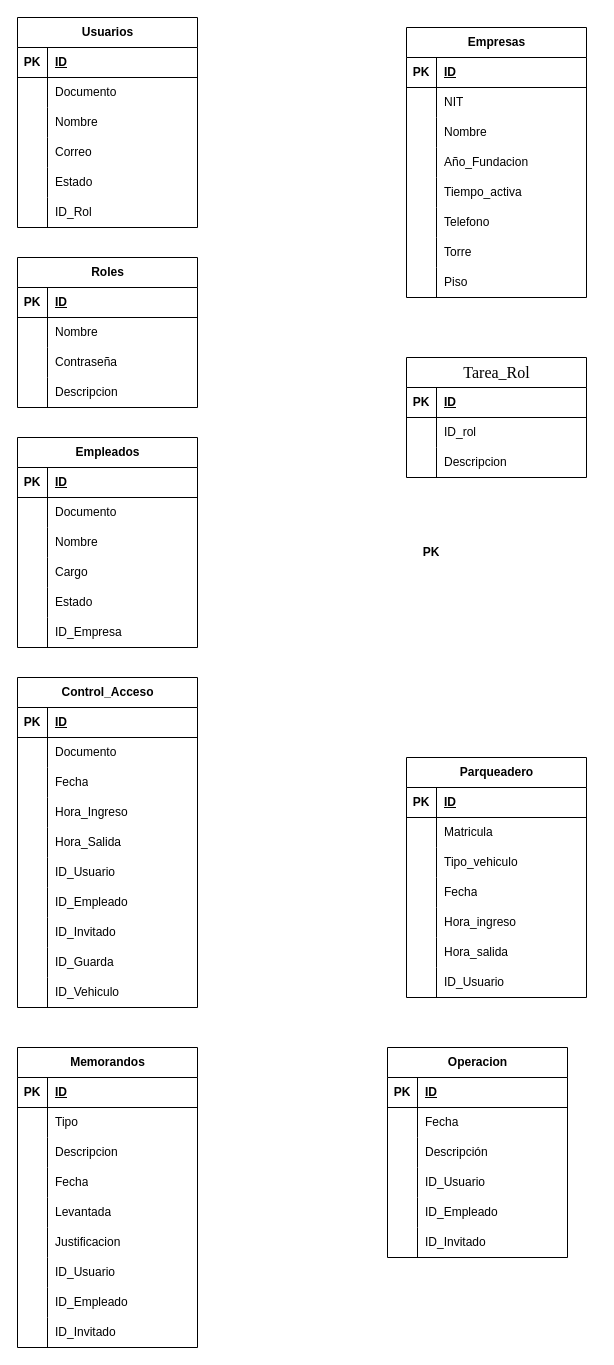
MichelAdrianTorradoRoa/SISTEMA_DE_CONTROL_DE_ACCESO_PARA_EL_COMPLEJO_EMPRESARIAL_ZONA_ACME keeps this draw.io diagram as Diagrama de clases ACME.drawio. Above is the earlier version. Source tidied: cells renumbered, new cells numbered last; positions are measured from the earlier drawing's top-left corner, leaving out a move shared by most shapes. Both pictures are drawn from the tidied source at 100%, with x=0, y=0 at pixel (17, 17).
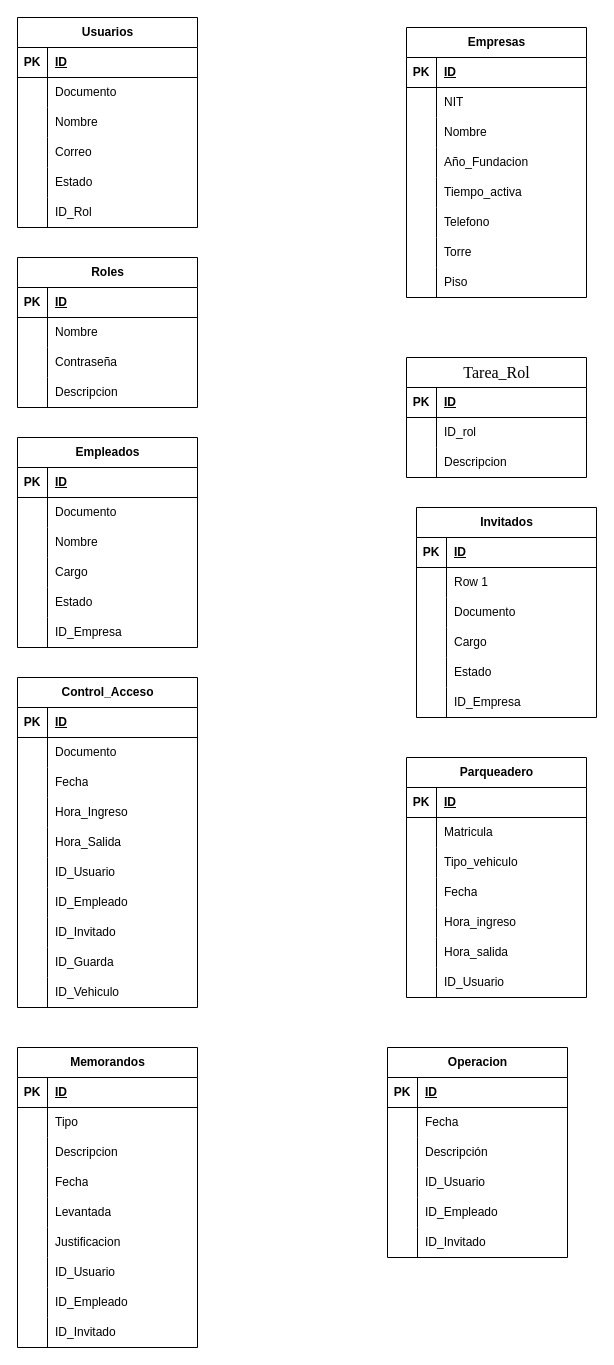
After the change.

Diff of the diagram source:
```diff
@@
-    <mxCell id="147" value="PK" style="shape=partialRectangle;fillColor=none;top=0;left=0;bottom=0;right=0;fontStyle=1;overflow=hidden;whiteSpace=wrap;html=1;" parent="1" vertex="1">
-      <mxGeometry x="399" y="520" width="30" height="30" as="geometry" />
-    </mxCell>
-    <mxCell id="148" style="shape=partialRectangle;fillColor=none;top=0;left=0;bottom=0;right=0;overflow=hidden;whiteSpace=wrap;html=1;" parent="1" vertex="1">
-      <mxGeometry x="399" y="550" width="30" height="30" as="geometry" />
-    </mxCell>
-    <mxCell id="149" style="shape=partialRectangle;fillColor=none;top=0;left=0;bottom=0;right=0;overflow=hidden;whiteSpace=wrap;html=1;" parent="1" vertex="1">
-      <mxGeometry x="399" y="580" width="30" height="30" as="geometry" />
-    </mxCell>
-    <mxCell id="150" style="shape=partialRectangle;fillColor=none;top=0;left=0;bottom=0;right=0;overflow=hidden;whiteSpace=wrap;html=1;" parent="1" vertex="1">
-      <mxGeometry x="399" y="610" width="30" height="30" as="geometry" />
-    </mxCell>
-    <mxCell id="151" style="shape=partialRectangle;fillColor=none;top=0;left=0;bottom=0;right=0;overflow=hidden;whiteSpace=wrap;html=1;" parent="1" vertex="1">
-      <mxGeometry x="399" y="640" width="30" height="30" as="geometry" />
-    </mxCell>
@@
+    <mxCell id="194" value="Invitados" style="shape=table;startSize=30;childLayout=tableLayout;rowLines=0;fontStyle=1;align=center;html=1;" parent="1" vertex="1">
+      <mxGeometry x="399" y="490" width="180" height="210" as="geometry" />
+    </mxCell>
+    <mxCell id="195" style="shape=tableRow;horizontal=0;startSize=0;swimlaneHead=0;swimlaneBody=0;fillColor=none;top=0;left=0;right=0;bottom=1;" parent="194" vertex="1">
+      <mxGeometry y="30" width="180" height="30" as="geometry" />
+    </mxCell>
+    <mxCell id="147" value="PK" style="shape=partialRectangle;fillColor=none;top=0;left=0;bottom=0;right=0;fontStyle=1;overflow=hidden;whiteSpace=wrap;html=1;" parent="195" vertex="1">
+      <mxGeometry width="30" height="30" as="geometry" />
+    </mxCell>
+    <mxCell id="196" value="ID" style="shape=partialRectangle;fillColor=none;top=0;left=0;bottom=0;right=0;align=left;spacingLeft=6;fontStyle=5;overflow=hidden;whiteSpace=wrap;html=1;" parent="195" vertex="1">
+      <mxGeometry x="30" width="150" height="30" as="geometry" />
+    </mxCell>
+    <mxCell id="197" style="shape=tableRow;horizontal=0;startSize=0;swimlaneHead=0;swimlaneBody=0;fillColor=none;top=0;left=0;right=0;bottom=0;" parent="194" vertex="1">
+      <mxGeometry y="60" width="180" height="30" as="geometry" />
+    </mxCell>
+    <mxCell id="198" style="shape=partialRectangle;fillColor=none;top=0;left=0;bottom=0;right=0;overflow=hidden;whiteSpace=wrap;html=1;" parent="197" vertex="1">
+      <mxGeometry width="30" height="30" as="geometry" />
+    </mxCell>
+    <mxCell id="199" value="Row 1" style="shape=partialRectangle;fillColor=none;top=0;left=0;bottom=0;right=0;align=left;spacingLeft=6;overflow=hidden;whiteSpace=wrap;html=1;" parent="197" vertex="1">
+      <mxGeometry x="30" width="150" height="30" as="geometry" />
+    </mxCell>
+    <mxCell id="200" style="shape=tableRow;horizontal=0;startSize=0;swimlaneHead=0;swimlaneBody=0;fillColor=none;top=0;left=0;right=0;bottom=0;" parent="194" vertex="1">
+      <mxGeometry y="90" width="180" height="30" as="geometry" />
+    </mxCell>
+    <mxCell id="201" style="shape=partialRectangle;fillColor=none;top=0;left=0;bottom=0;right=0;overflow=hidden;whiteSpace=wrap;html=1;" parent="200" vertex="1">
+      <mxGeometry width="30" height="30" as="geometry" />
+    </mxCell>
+    <mxCell id="202" value="Documento" style="shape=partialRectangle;fillColor=none;top=0;left=0;bottom=0;right=0;align=left;spacingLeft=6;overflow=hidden;whiteSpace=wrap;html=1;" parent="200" vertex="1">
+      <mxGeometry x="30" width="150" height="30" as="geometry" />
+    </mxCell>
+    <mxCell id="203" style="shape=tableRow;horizontal=0;startSize=0;swimlaneHead=0;swimlaneBody=0;fillColor=none;top=0;left=0;right=0;bottom=0;" parent="194" vertex="1">
+      <mxGeometry y="120" width="180" height="30" as="geometry" />
+    </mxCell>
+    <mxCell id="204" style="shape=partialRectangle;fillColor=none;top=0;left=0;bottom=0;right=0;overflow=hidden;whiteSpace=wrap;html=1;" parent="203" vertex="1">
+      <mxGeometry width="30" height="30" as="geometry" />
+    </mxCell>
+    <mxCell id="205" value="Cargo" style="shape=partialRectangle;fillColor=none;top=0;left=0;bottom=0;right=0;align=left;spacingLeft=6;overflow=hidden;whiteSpace=wrap;html=1;" parent="203" vertex="1">
+      <mxGeometry x="30" width="150" height="30" as="geometry" />
+    </mxCell>
+    <mxCell id="206" style="shape=tableRow;horizontal=0;startSize=0;swimlaneHead=0;swimlaneBody=0;fillColor=none;top=0;left=0;right=0;bottom=0;" parent="194" vertex="1">
+      <mxGeometry y="150" width="180" height="30" as="geometry" />
+    </mxCell>
+    <mxCell id="207" style="shape=partialRectangle;fillColor=none;top=0;left=0;bottom=0;right=0;overflow=hidden;whiteSpace=wrap;html=1;" parent="206" vertex="1">
+      <mxGeometry width="30" height="30" as="geometry" />
+    </mxCell>
+    <mxCell id="208" value="Estado" style="shape=partialRectangle;fillColor=none;top=0;left=0;bottom=0;right=0;align=left;spacingLeft=6;overflow=hidden;whiteSpace=wrap;html=1;" parent="206" vertex="1">
+      <mxGeometry x="30" width="150" height="30" as="geometry" />
+    </mxCell>
+    <mxCell id="209" style="shape=tableRow;horizontal=0;startSize=0;swimlaneHead=0;swimlaneBody=0;fillColor=none;top=0;left=0;right=0;bottom=0;" parent="194" vertex="1">
+      <mxGeometry y="180" width="180" height="30" as="geometry" />
+    </mxCell>
+    <mxCell id="210" style="shape=partialRectangle;fillColor=none;top=0;left=0;bottom=0;right=0;overflow=hidden;whiteSpace=wrap;html=1;" parent="209" vertex="1">
+      <mxGeometry width="30" height="30" as="geometry" />
+    </mxCell>
+    <mxCell id="211" value="ID_Empresa" style="shape=partialRectangle;fillColor=none;top=0;left=0;bottom=0;right=0;align=left;spacingLeft=6;overflow=hidden;whiteSpace=wrap;html=1;" parent="209" vertex="1">
+      <mxGeometry x="30" width="150" height="30" as="geometry" />
+    </mxCell>
```
